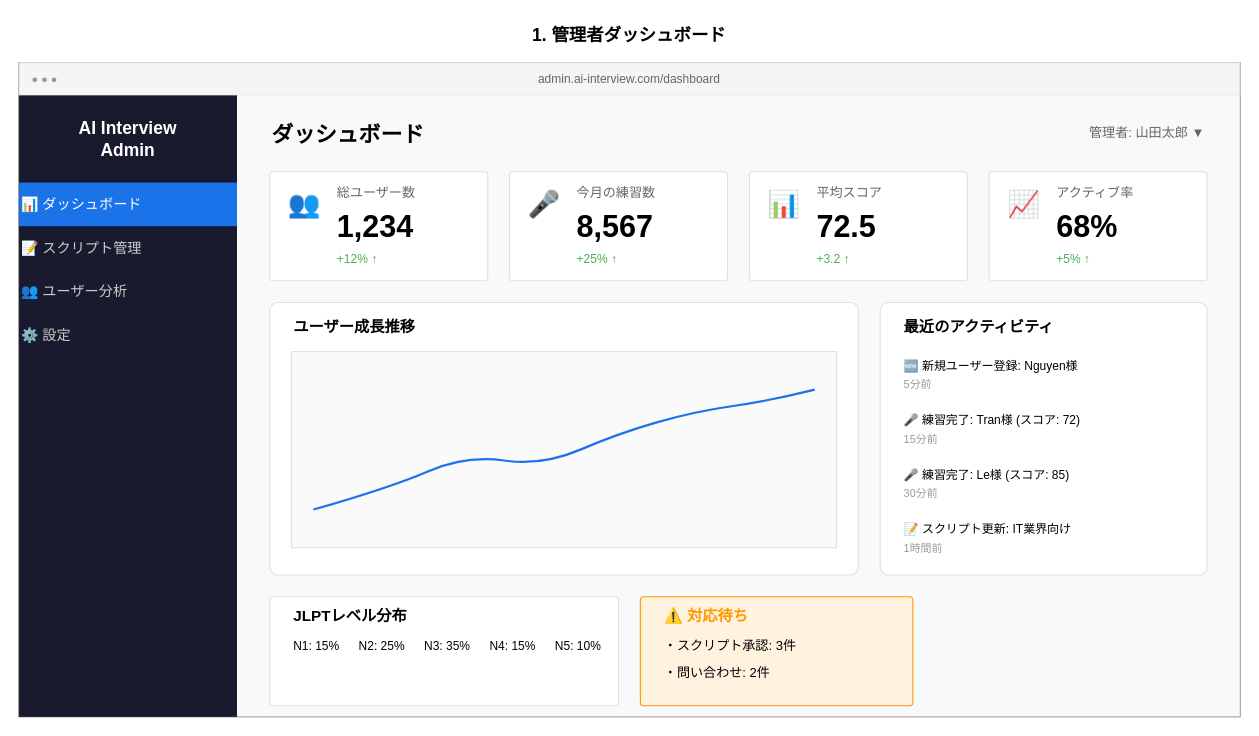
Above: docs/images/画面設計書_3.1_管理者ダッシュボード.drawio in yoshidasendai115/ai-interview (draw.io), before the change. Source tidied: cells renumbered, new cells numbered last; positions are measured from the earlier drawing's top-left corner, leaving out a move shared by most shapes. Both pictures are drawn from the tidied source at 109%, with x=0, y=0 at pixel (19, 19).
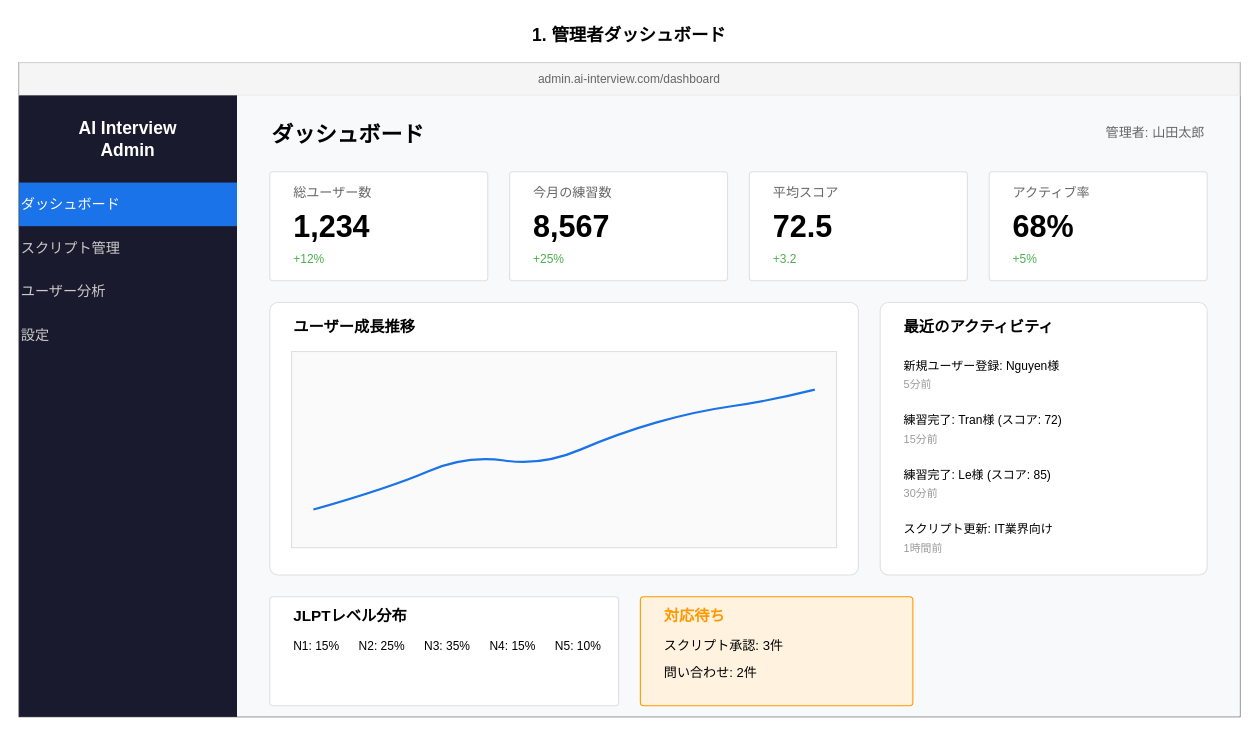
After the change.

Change to the diagram source:
```diff
@@
-    <mxCell id="4" value="● ● ●" style="text;html=1;strokeColor=none;fillColor=none;align=left;verticalAlign=middle;whiteSpace=wrap;rounded=0;fontSize=10;fontColor=#999999;" parent="1" vertex="1">
+    <mxCell id="4" style="text;html=1;strokeColor=none;fillColor=none;align=left;verticalAlign=middle;whiteSpace=wrap;rounded=0;fontSize=10;fontColor=#999999;" parent="1" vertex="1">
       <mxGeometry x="10" y="45" width="50" height="20" as="geometry" />
     </mxCell>
@@
-    <mxCell id="8" value="📊 ダッシュボード" style="text;html=1;strokeColor=none;fillColor=#1a73e8;align=left;verticalAlign=middle;whiteSpace=wrap;rounded=0;fontSize=13;fontColor=#ffffff;" parent="1" vertex="1">
+    <mxCell id="8" value="ダッシュボード" style="text;html=1;strokeColor=none;fillColor=#1a73e8;align=left;verticalAlign=middle;whiteSpace=wrap;rounded=0;fontSize=13;fontColor=#ffffff;" parent="1" vertex="1">
       <mxGeometry y="150" width="200" height="40" as="geometry" />
     </mxCell>
-    <mxCell id="9" value="📝 スクリプト管理" style="text;html=1;strokeColor=none;fillColor=none;align=left;verticalAlign=middle;whiteSpace=wrap;rounded=0;fontSize=13;fontColor=#cccccc;" parent="1" vertex="1">
+    <mxCell id="9" value="スクリプト管理" style="text;html=1;strokeColor=none;fillColor=none;align=left;verticalAlign=middle;whiteSpace=wrap;rounded=0;fontSize=13;fontColor=#cccccc;" parent="1" vertex="1">
       <mxGeometry y="190" width="200" height="40" as="geometry" />
     </mxCell>
-    <mxCell id="10" value="👥 ユーザー分析" style="text;html=1;strokeColor=none;fillColor=none;align=left;verticalAlign=middle;whiteSpace=wrap;rounded=0;fontSize=13;fontColor=#cccccc;" parent="1" vertex="1">
+    <mxCell id="10" value="ユーザー分析" style="text;html=1;strokeColor=none;fillColor=none;align=left;verticalAlign=middle;whiteSpace=wrap;rounded=0;fontSize=13;fontColor=#cccccc;" parent="1" vertex="1">
       <mxGeometry y="230" width="200" height="40" as="geometry" />
     </mxCell>
-    <mxCell id="11" value="⚙️ 設定" style="text;html=1;strokeColor=none;fillColor=none;align=left;verticalAlign=middle;whiteSpace=wrap;rounded=0;fontSize=13;fontColor=#cccccc;" parent="1" vertex="1">
+    <mxCell id="11" value="設定" style="text;html=1;strokeColor=none;fillColor=none;align=left;verticalAlign=middle;whiteSpace=wrap;rounded=0;fontSize=13;fontColor=#cccccc;" parent="1" vertex="1">
       <mxGeometry y="270" width="200" height="40" as="geometry" />
     </mxCell>
@@
-    <mxCell id="14" value="管理者: 山田太郎 ▼" style="text;html=1;strokeColor=none;fillColor=none;align=right;verticalAlign=middle;whiteSpace=wrap;rounded=0;fontSize=12;fontColor=#666666;" parent="1" vertex="1">
+    <mxCell id="14" value="管理者: 山田太郎" style="text;html=1;strokeColor=none;fillColor=none;align=right;verticalAlign=middle;whiteSpace=wrap;rounded=0;fontSize=12;fontColor=#666666;" parent="1" vertex="1">
       <mxGeometry x="960" y="90" width="130" height="30" as="geometry" />
     </mxCell>
@@
-    <mxCell id="16" value="👥" style="text;html=1;strokeColor=none;fillColor=none;align=left;verticalAlign=middle;whiteSpace=wrap;rounded=0;fontSize=24;" parent="1" vertex="1">
-      <mxGeometry x="245" y="155" width="40" height="30" as="geometry" />
-    </mxCell>
     <mxCell id="17" value="総ユーザー数" style="text;html=1;strokeColor=none;fillColor=none;align=left;verticalAlign=middle;whiteSpace=wrap;rounded=0;fontSize=12;fontColor=#666666;" parent="1" vertex="1">
-      <mxGeometry x="290" y="150" width="100" height="20" as="geometry" />
+      <mxGeometry x="250" y="150" width="100" height="20" as="geometry" />
     </mxCell>
     <mxCell id="18" value="1,234" style="text;html=1;strokeColor=none;fillColor=none;align=left;verticalAlign=middle;whiteSpace=wrap;rounded=0;fontSize=28;fontStyle=1;" parent="1" vertex="1">
-      <mxGeometry x="290" y="170" width="100" height="40" as="geometry" />
+      <mxGeometry x="250" y="170" width="100" height="40" as="geometry" />
     </mxCell>
-    <mxCell id="19" value="+12% ↑" style="text;html=1;strokeColor=none;fillColor=none;align=left;verticalAlign=middle;whiteSpace=wrap;rounded=0;fontSize=11;fontColor=#4caf50;" parent="1" vertex="1">
-      <mxGeometry x="290" y="210" width="60" height="20" as="geometry" />
+    <mxCell id="19" value="+12%" style="text;html=1;strokeColor=none;fillColor=none;align=left;verticalAlign=middle;whiteSpace=wrap;rounded=0;fontSize=11;fontColor=#4caf50;" parent="1" vertex="1">
+      <mxGeometry x="250" y="210" width="60" height="20" as="geometry" />
     </mxCell>
@@
-    <mxCell id="21" value="🎤" style="text;html=1;strokeColor=none;fillColor=none;align=left;verticalAlign=middle;whiteSpace=wrap;rounded=0;fontSize=24;" parent="1" vertex="1">
-      <mxGeometry x="465" y="155" width="40" height="30" as="geometry" />
-    </mxCell>
     <mxCell id="22" value="今月の練習数" style="text;html=1;strokeColor=none;fillColor=none;align=left;verticalAlign=middle;whiteSpace=wrap;rounded=0;fontSize=12;fontColor=#666666;" parent="1" vertex="1">
-      <mxGeometry x="510" y="150" width="100" height="20" as="geometry" />
+      <mxGeometry x="470" y="150" width="100" height="20" as="geometry" />
     </mxCell>
     <mxCell id="23" value="8,567" style="text;html=1;strokeColor=none;fillColor=none;align=left;verticalAlign=middle;whiteSpace=wrap;rounded=0;fontSize=28;fontStyle=1;" parent="1" vertex="1">
-      <mxGeometry x="510" y="170" width="100" height="40" as="geometry" />
+      <mxGeometry x="470" y="170" width="100" height="40" as="geometry" />
     </mxCell>
-    <mxCell id="24" value="+25% ↑" style="text;html=1;strokeColor=none;fillColor=none;align=left;verticalAlign=middle;whiteSpace=wrap;rounded=0;fontSize=11;fontColor=#4caf50;" parent="1" vertex="1">
-      <mxGeometry x="510" y="210" width="60" height="20" as="geometry" />
+    <mxCell id="24" value="+25%" style="text;html=1;strokeColor=none;fillColor=none;align=left;verticalAlign=middle;whiteSpace=wrap;rounded=0;fontSize=11;fontColor=#4caf50;" parent="1" vertex="1">
+      <mxGeometry x="470" y="210" width="60" height="20" as="geometry" />
     </mxCell>
@@
-    <mxCell id="26" value="📊" style="text;html=1;strokeColor=none;fillColor=none;align=left;verticalAlign=middle;whiteSpace=wrap;rounded=0;fontSize=24;" parent="1" vertex="1">
-      <mxGeometry x="685" y="155" width="40" height="30" as="geometry" />
-    </mxCell>
     <mxCell id="27" value="平均スコア" style="text;html=1;strokeColor=none;fillColor=none;align=left;verticalAlign=middle;whiteSpace=wrap;rounded=0;fontSize=12;fontColor=#666666;" parent="1" vertex="1">
-      <mxGeometry x="730" y="150" width="100" height="20" as="geometry" />
+      <mxGeometry x="690" y="150" width="100" height="20" as="geometry" />
     </mxCell>
     <mxCell id="28" value="72.5" style="text;html=1;strokeColor=none;fillColor=none;align=left;verticalAlign=middle;whiteSpace=wrap;rounded=0;fontSize=28;fontStyle=1;" parent="1" vertex="1">
-      <mxGeometry x="730" y="170" width="100" height="40" as="geometry" />
+      <mxGeometry x="690" y="170" width="100" height="40" as="geometry" />
     </mxCell>
-    <mxCell id="29" value="+3.2 ↑" style="text;html=1;strokeColor=none;fillColor=none;align=left;verticalAlign=middle;whiteSpace=wrap;rounded=0;fontSize=11;fontColor=#4caf50;" parent="1" vertex="1">
-      <mxGeometry x="730" y="210" width="60" height="20" as="geometry" />
+    <mxCell id="29" value="+3.2" style="text;html=1;strokeColor=none;fillColor=none;align=left;verticalAlign=middle;whiteSpace=wrap;rounded=0;fontSize=11;fontColor=#4caf50;" parent="1" vertex="1">
+      <mxGeometry x="690" y="210" width="60" height="20" as="geometry" />
     </mxCell>
@@
-    <mxCell id="31" value="📈" style="text;html=1;strokeColor=none;fillColor=none;align=left;verticalAlign=middle;whiteSpace=wrap;rounded=0;fontSize=24;" parent="1" vertex="1">
-      <mxGeometry x="905" y="155" width="40" height="30" as="geometry" />
-    </mxCell>
     <mxCell id="32" value="アクティブ率" style="text;html=1;strokeColor=none;fillColor=none;align=left;verticalAlign=middle;whiteSpace=wrap;rounded=0;fontSize=12;fontColor=#666666;" parent="1" vertex="1">
-      <mxGeometry x="950" y="150" width="100" height="20" as="geometry" />
+      <mxGeometry x="910" y="150" width="100" height="20" as="geometry" />
     </mxCell>
     <mxCell id="33" value="68%" style="text;html=1;strokeColor=none;fillColor=none;align=left;verticalAlign=middle;whiteSpace=wrap;rounded=0;fontSize=28;fontStyle=1;" parent="1" vertex="1">
-      <mxGeometry x="950" y="170" width="100" height="40" as="geometry" />
+      <mxGeometry x="910" y="170" width="100" height="40" as="geometry" />
     </mxCell>
-    <mxCell id="34" value="+5% ↑" style="text;html=1;strokeColor=none;fillColor=none;align=left;verticalAlign=middle;whiteSpace=wrap;rounded=0;fontSize=11;fontColor=#4caf50;" parent="1" vertex="1">
-      <mxGeometry x="950" y="210" width="60" height="20" as="geometry" />
+    <mxCell id="34" value="+5%" style="text;html=1;strokeColor=none;fillColor=none;align=left;verticalAlign=middle;whiteSpace=wrap;rounded=0;fontSize=11;fontColor=#4caf50;" parent="1" vertex="1">
+      <mxGeometry x="910" y="210" width="60" height="20" as="geometry" />
     </mxCell>
@@
-    <mxCell id="41" value="🆕 新規ユーザー登録: Nguyen様" style="text;html=1;strokeColor=none;fillColor=none;align=left;verticalAlign=middle;whiteSpace=wrap;rounded=0;fontSize=11;" parent="1" vertex="1">
+    <mxCell id="41" value="新規ユーザー登録: Nguyen様" style="text;html=1;strokeColor=none;fillColor=none;align=left;verticalAlign=middle;whiteSpace=wrap;rounded=0;fontSize=11;" parent="1" vertex="1">
       <mxGeometry x="810" y="305" width="260" height="25" as="geometry" />
     </mxCell>
@@
-    <mxCell id="43" value="🎤 練習完了: Tran様 (スコア: 72)" style="text;html=1;strokeColor=none;fillColor=none;align=left;verticalAlign=middle;whiteSpace=wrap;rounded=0;fontSize=11;" parent="1" vertex="1">
+    <mxCell id="43" value="練習完了: Tran様 (スコア: 72)" style="text;html=1;strokeColor=none;fillColor=none;align=left;verticalAlign=middle;whiteSpace=wrap;rounded=0;fontSize=11;" parent="1" vertex="1">
       <mxGeometry x="810" y="355" width="260" height="25" as="geometry" />
     </mxCell>
@@
-    <mxCell id="45" value="🎤 練習完了: Le様 (スコア: 85)" style="text;html=1;strokeColor=none;fillColor=none;align=left;verticalAlign=middle;whiteSpace=wrap;rounded=0;fontSize=11;" parent="1" vertex="1">
+    <mxCell id="45" value="練習完了: Le様 (スコア: 85)" style="text;html=1;strokeColor=none;fillColor=none;align=left;verticalAlign=middle;whiteSpace=wrap;rounded=0;fontSize=11;" parent="1" vertex="1">
       <mxGeometry x="810" y="405" width="260" height="25" as="geometry" />
     </mxCell>
@@
-    <mxCell id="47" value="📝 スクリプト更新: IT業界向け" style="text;html=1;strokeColor=none;fillColor=none;align=left;verticalAlign=middle;whiteSpace=wrap;rounded=0;fontSize=11;" parent="1" vertex="1">
+    <mxCell id="47" value="スクリプト更新: IT業界向け" style="text;html=1;strokeColor=none;fillColor=none;align=left;verticalAlign=middle;whiteSpace=wrap;rounded=0;fontSize=11;" parent="1" vertex="1">
       <mxGeometry x="810" y="455" width="260" height="25" as="geometry" />
     </mxCell>
@@
-    <mxCell id="57" value="⚠️ 対応待ち" style="text;html=1;strokeColor=none;fillColor=none;align=left;verticalAlign=middle;whiteSpace=wrap;rounded=0;fontSize=14;fontStyle=1;fontColor=#ff9800;" parent="1" vertex="1">
+    <mxCell id="57" value="対応待ち" style="text;html=1;strokeColor=none;fillColor=none;align=left;verticalAlign=middle;whiteSpace=wrap;rounded=0;fontSize=14;fontStyle=1;fontColor=#ff9800;" parent="1" vertex="1">
       <mxGeometry x="590" y="535" width="150" height="25" as="geometry" />
     </mxCell>
-    <mxCell id="58" value="・スクリプト承認: 3件" style="text;html=1;strokeColor=none;fillColor=none;align=left;verticalAlign=middle;whiteSpace=wrap;rounded=0;fontSize=12;" parent="1" vertex="1">
+    <mxCell id="58" value="スクリプト承認: 3件" style="text;html=1;strokeColor=none;fillColor=none;align=left;verticalAlign=middle;whiteSpace=wrap;rounded=0;fontSize=12;" parent="1" vertex="1">
       <mxGeometry x="590" y="565" width="200" height="20" as="geometry" />
     </mxCell>
-    <mxCell id="59" value="・問い合わせ: 2件" style="text;html=1;strokeColor=none;fillColor=none;align=left;verticalAlign=middle;whiteSpace=wrap;rounded=0;fontSize=12;" parent="1" vertex="1">
+    <mxCell id="59" value="問い合わせ: 2件" style="text;html=1;strokeColor=none;fillColor=none;align=left;verticalAlign=middle;whiteSpace=wrap;rounded=0;fontSize=12;" parent="1" vertex="1">
       <mxGeometry x="590" y="590" width="200" height="20" as="geometry" />
     </mxCell>
```
